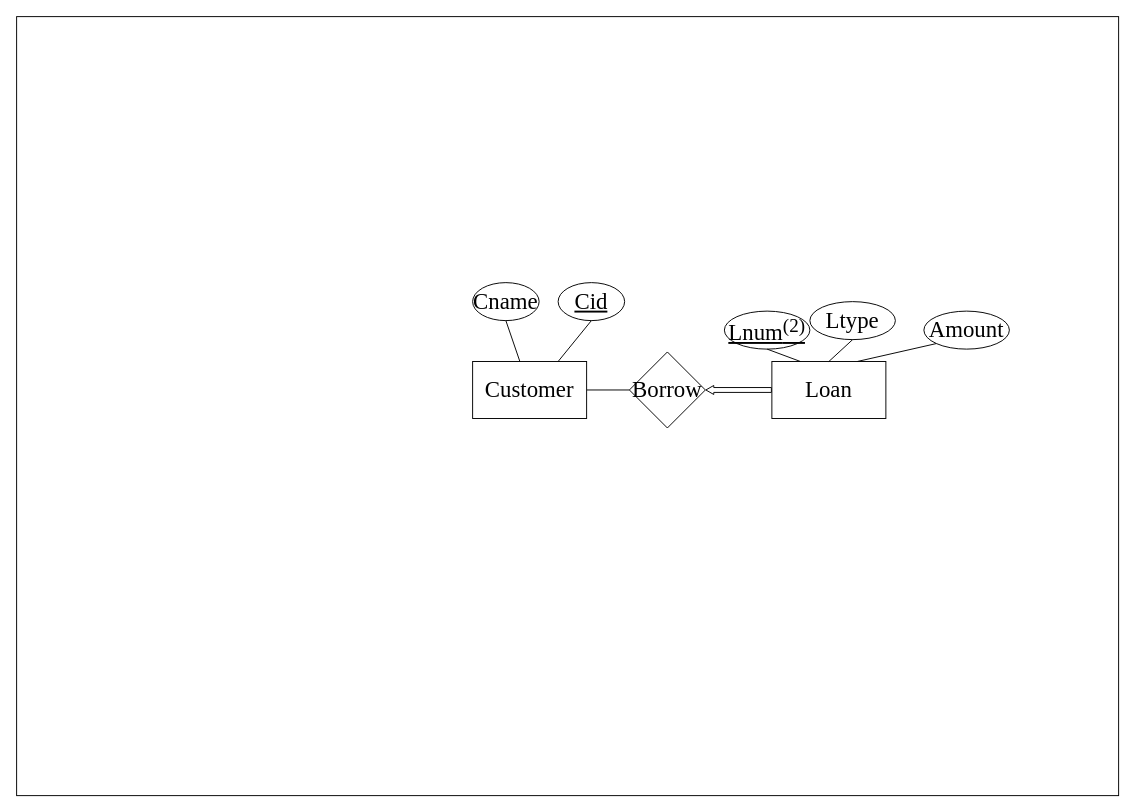
This is Assignment_1/Drawio/assignment_1 copy 4.drawio from ZiangChen9/SDSC5003, a draw.io file, before an edit. Source tidied: cells renumbered, new cells numbered last; positions are measured from the earlier drawing's top-left corner, leaving out a move shared by most shapes. Both pictures are drawn from the tidied source at 95%, with x=0, y=0 at pixel (16, 16).
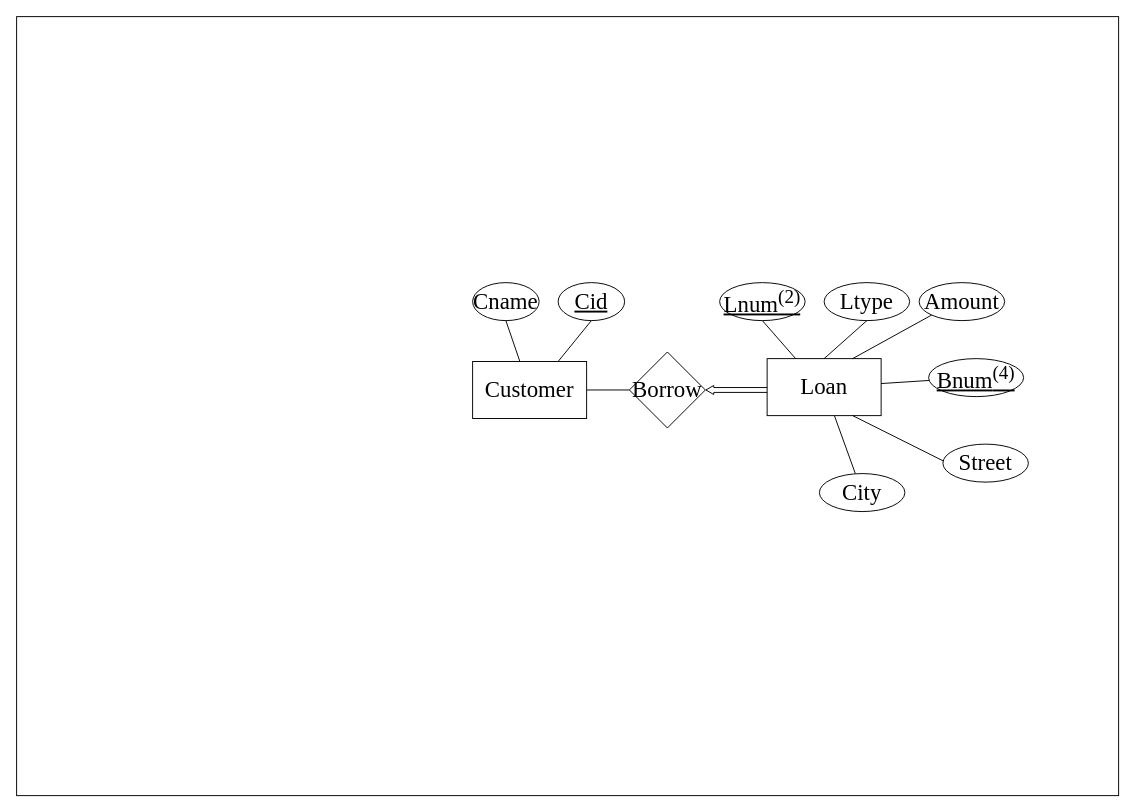
After the change.

Diff of the diagram source:
```diff
@@
-    <mxCell id="9" style="edgeStyle=none;rounded=0;sketch=0;html=1;exitX=0;exitY=0.5;exitDx=0;exitDy=0;entryX=1;entryY=0.5;entryDx=0;entryDy=0;strokeColor=default;fontFamily=Times New Roman;fontSize=24;endArrow=classic;endFill=1;shape=flexArrow;width=5.142857142857143;endSize=2.44;endWidth=3.346938775510204;" parent="1" edge="1" source="10" target="17">
-      <mxGeometry relative="1" as="geometry" />
+    <mxCell id="9" style="edgeStyle=none;rounded=0;sketch=0;html=1;exitX=0;exitY=0.5;exitDx=0;exitDy=0;entryX=1;entryY=0.5;entryDx=0;entryDy=0;strokeColor=default;fontFamily=Times New Roman;fontSize=24;endArrow=classic;endFill=1;shape=flexArrow;width=5.142857142857143;endSize=2.44;endWidth=3.346938775510204;" parent="1" edge="1" target="17">
+      <mxGeometry relative="1" as="geometry">
+        <mxPoint x="795" y="393" as="sourcePoint" />
+      </mxGeometry>
     </mxCell>
+    <mxCell id="17" value="Borrow" style="rhombus;whiteSpace=wrap;html=1;fontFamily=Times New Roman;fontSize=24;" parent="1" vertex="1">
+      <mxGeometry x="645" y="353" width="80" height="80" as="geometry" />
+    </mxCell>
     <mxCell id="10" value="&lt;font face=&quot;Times New Roman&quot; style=&quot;font-size: 24px;&quot;&gt;Loan&lt;/font&gt;" style="rounded=0;whiteSpace=wrap;html=1;" parent="1" vertex="1">
-      <mxGeometry x="795" y="363" width="120" height="60" as="geometry" />
+      <mxGeometry x="790" y="360" width="120" height="60" as="geometry" />
     </mxCell>
     <mxCell id="11" value="&lt;u&gt;Lnum&lt;sup&gt;(2)&lt;/sup&gt;&lt;/u&gt;" style="ellipse;whiteSpace=wrap;html=1;fontFamily=Times New Roman;fontSize=24;" parent="1" vertex="1">
-      <mxGeometry x="745" y="310" width="90" height="40" as="geometry" />
+      <mxGeometry x="740" y="280" width="90" height="40" as="geometry" />
     </mxCell>
     <mxCell id="12" value="Ltype" style="ellipse;whiteSpace=wrap;html=1;fontFamily=Times New Roman;fontSize=24;" parent="1" vertex="1">
-      <mxGeometry x="835" y="300" width="90" height="40" as="geometry" />
+      <mxGeometry x="850" y="280" width="90" height="40" as="geometry" />
     </mxCell>
@@
     <mxCell id="15" value="Amount" style="ellipse;whiteSpace=wrap;html=1;fontFamily=Times New Roman;fontSize=24;" parent="1" vertex="1">
-      <mxGeometry x="955" y="310" width="90" height="40" as="geometry" />
+      <mxGeometry x="950" y="280" width="90" height="40" as="geometry" />
     </mxCell>
@@
-    <mxCell id="17" value="Borrow" style="rhombus;whiteSpace=wrap;html=1;fontFamily=Times New Roman;fontSize=24;" parent="1" vertex="1">
-      <mxGeometry x="645" y="353" width="80" height="80" as="geometry" />
-    </mxCell>
+    <mxCell id="18" style="edgeStyle=none;html=1;endArrow=none;endFill=0;" parent="1" edge="1" source="19" target="10">
+      <mxGeometry relative="1" as="geometry" />
+    </mxCell>
+    <mxCell id="19" value="&lt;u&gt;Bnum&lt;sup&gt;(4)&lt;/sup&gt;&lt;/u&gt;" style="ellipse;whiteSpace=wrap;html=1;fontFamily=Times New Roman;fontSize=24;" parent="1" vertex="1">
+      <mxGeometry x="960" y="360" width="100" height="40" as="geometry" />
+    </mxCell>
+    <mxCell id="20" style="edgeStyle=none;html=1;endArrow=none;endFill=0;" parent="1" edge="1" source="21" target="10">
+      <mxGeometry relative="1" as="geometry" />
+    </mxCell>
+    <mxCell id="21" value="City" style="ellipse;whiteSpace=wrap;html=1;fontFamily=Times New Roman;fontSize=24;" parent="1" vertex="1">
+      <mxGeometry x="845" y="481" width="90" height="40" as="geometry" />
+    </mxCell>
+    <mxCell id="22" style="edgeStyle=none;html=1;exitX=0.5;exitY=1;exitDx=0;exitDy=0;entryX=0.75;entryY=1;entryDx=0;entryDy=0;endArrow=none;endFill=0;" parent="1" edge="1" source="23" target="10">
+      <mxGeometry relative="1" as="geometry" />
+    </mxCell>
+    <mxCell id="23" value="Street" style="ellipse;whiteSpace=wrap;html=1;fontFamily=Times New Roman;fontSize=24;" parent="1" vertex="1">
+      <mxGeometry x="975" y="450" width="90" height="40" as="geometry" />
+    </mxCell>
```
